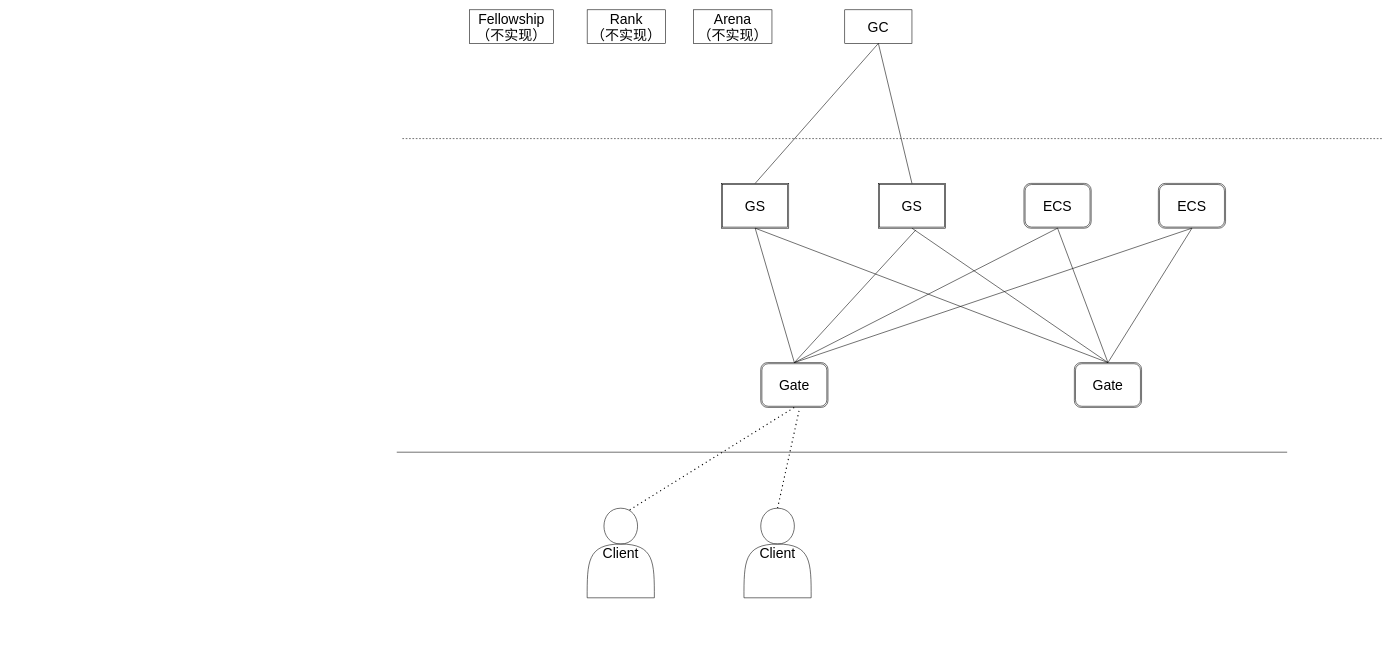
a654889339/FingerGuessGame keeps this draw.io diagram as page "Base" (1 of 5) of Doc/GameServerFrame.drawio. Above is the earlier version. Source tidied: cells renumbered, new cells numbered last; positions are measured from the earlier drawing's top-left corner, leaving out a move shared by most shapes. Both pictures are drawn from the tidied source at 56%, with x=0, y=0 at pixel (396, 10).
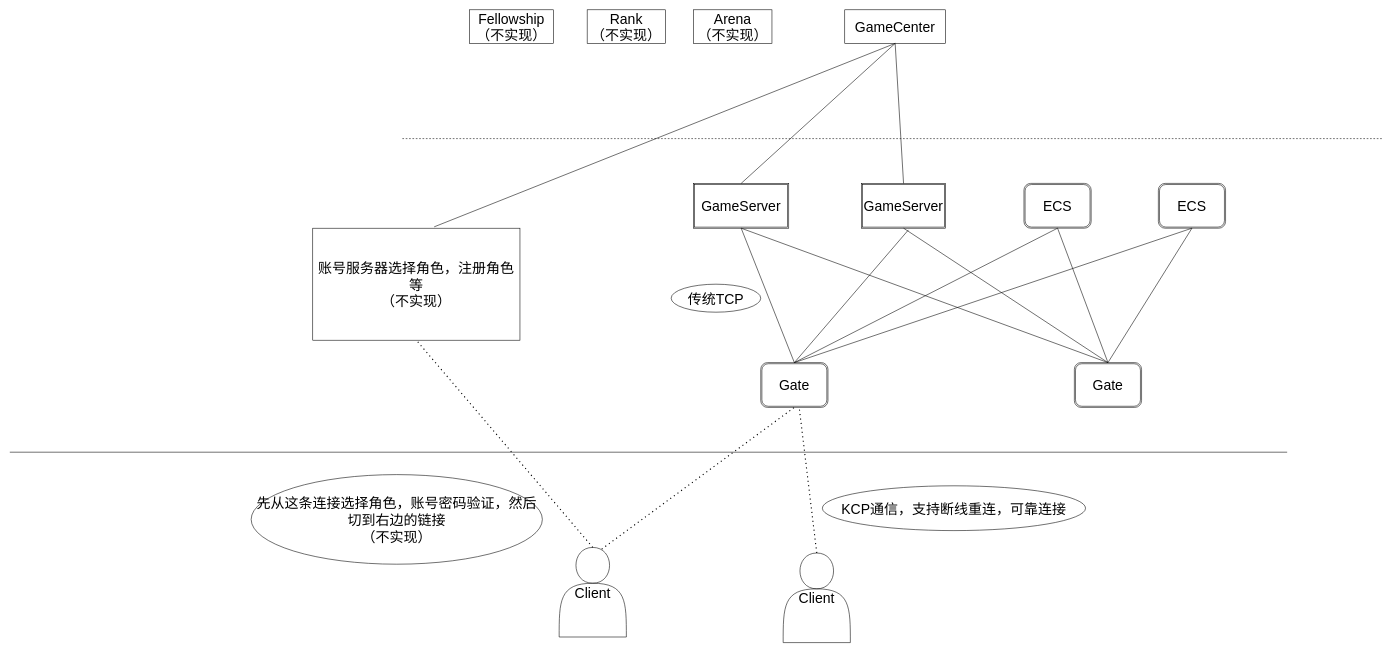
The same page after the edit.

The edit, as a diff of the source:
```diff
@@
     <mxCell id="2" style="endArrow=none;html=1;rounded=0;" parent="1" edge="1">
       <mxGeometry relative="1" as="geometry">
-        <mxPoint y="790" as="sourcePoint" />
+        <mxPoint x="-691" y="790" as="sourcePoint" />
         <mxPoint x="1590" y="790" as="targetPoint" />
       </mxGeometry>
     </mxCell>
     <mxCell id="3" value="&lt;font style=&quot;font-size: 25px&quot;&gt;Client&lt;/font&gt;" style="shape=actor;whiteSpace=wrap;html=1;" parent="1" vertex="1">
-      <mxGeometry x="340" y="890" width="120" height="160" as="geometry" />
+      <mxGeometry x="290" y="960" width="120" height="160" as="geometry" />
     </mxCell>
     <mxCell id="4" value="&lt;font style=&quot;font-size: 25px&quot;&gt;Client&lt;/font&gt;" style="shape=actor;whiteSpace=wrap;html=1;" parent="1" vertex="1">
-      <mxGeometry x="620" y="890" width="120" height="160" as="geometry" />
+      <mxGeometry x="690" y="970" width="120" height="160" as="geometry" />
     </mxCell>
@@
-    <mxCell id="7" value="GS" style="shape=ext;double=1;rounded=0;whiteSpace=wrap;html=1;fontSize=25;" parent="1" vertex="1">
-      <mxGeometry x="580" y="310" width="120" height="80" as="geometry" />
+    <mxCell id="7" value="GameServer" style="shape=ext;double=1;rounded=0;whiteSpace=wrap;html=1;fontSize=25;" parent="1" vertex="1">
+      <mxGeometry x="530" y="310" width="170" height="80" as="geometry" />
     </mxCell>
-    <mxCell id="8" value="GS" style="shape=ext;double=1;rounded=0;whiteSpace=wrap;html=1;fontSize=25;" parent="1" vertex="1">
-      <mxGeometry x="860" y="310" width="120" height="80" as="geometry" />
+    <mxCell id="8" value="GameServer" style="shape=ext;double=1;rounded=0;whiteSpace=wrap;html=1;fontSize=25;" parent="1" vertex="1">
+      <mxGeometry x="830" y="310" width="150" height="80" as="geometry" />
     </mxCell>
@@
-    <mxCell id="21" value="GC" style="rounded=0;whiteSpace=wrap;html=1;fontSize=25;" parent="1" vertex="1">
-      <mxGeometry x="800" width="120" height="60" as="geometry" />
+    <mxCell id="21" value="GameCenter" style="rounded=0;whiteSpace=wrap;html=1;fontSize=25;" parent="1" vertex="1">
+      <mxGeometry x="800" width="180" height="60" as="geometry" />
     </mxCell>
@@
+    <mxCell id="28" value="KCP通信，支持断线重连，可靠连接" style="ellipse;whiteSpace=wrap;html=1;fontSize=25;" parent="1" vertex="1">
+      <mxGeometry x="760" y="850" width="470" height="80" as="geometry" />
+    </mxCell>
+    <mxCell id="29" value="传统TCP" style="ellipse;whiteSpace=wrap;html=1;fontSize=25;" parent="1" vertex="1">
+      <mxGeometry x="490" y="490" width="160" height="50" as="geometry" />
+    </mxCell>
+    <mxCell id="30" value="账号服务器选择角色，注册角色等&lt;br&gt;（不实现）" style="rounded=0;whiteSpace=wrap;html=1;fontSize=25;" parent="1" vertex="1">
+      <mxGeometry x="-150" y="390" width="370" height="200" as="geometry" />
+    </mxCell>
+    <mxCell id="31" style="endArrow=none;html=1;rounded=0;fontSize=25;entryX=0.5;entryY=1;entryDx=0;entryDy=0;exitX=0.586;exitY=-0.012;exitDx=0;exitDy=0;exitPerimeter=0;" parent="1" edge="1" source="30" target="21">
+      <mxGeometry relative="1" as="geometry" />
+    </mxCell>
+    <mxCell id="32" style="endArrow=none;dashed=1;html=1;dashPattern=1 3;strokeWidth=2;rounded=0;fontSize=25;exitX=0.5;exitY=0;exitDx=0;exitDy=0;entryX=0.5;entryY=1;entryDx=0;entryDy=0;" parent="1" edge="1" source="3" target="30">
+      <mxGeometry relative="1" as="geometry" />
+    </mxCell>
+    <mxCell id="33" value="先从这条连接选择角色，账号密码验证，然后切到右边的链接&lt;br&gt;（不实现）" style="ellipse;whiteSpace=wrap;html=1;fontSize=25;" parent="1" vertex="1">
+      <mxGeometry x="-260" y="830" width="520" height="160" as="geometry" />
+    </mxCell>
```
